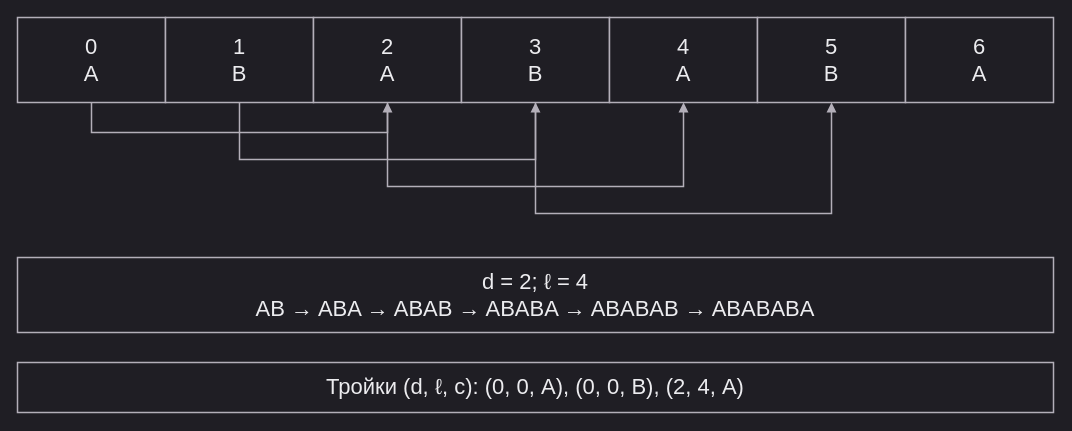
This is page "lz77" (2 of 13) of docs/diagrams.drawio from SM1LEK/clarslib, a draw.io file, before an edit. Source tidied: cells renumbered, new cells numbered last; positions are measured from the earlier drawing's top-left corner, leaving out a move shared by most shapes. Both pictures are drawn from the tidied source at 100%, with x=0, y=0 at pixel (17, 17).
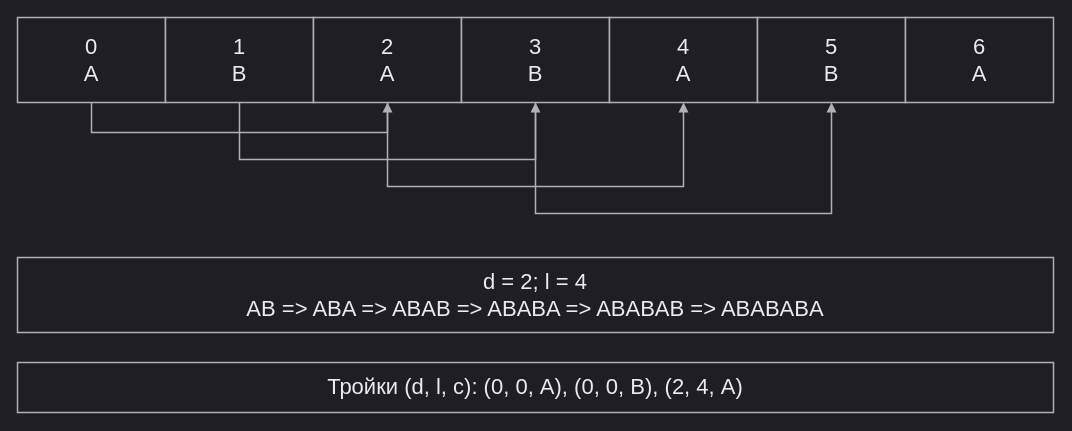
The same diagram, later.

Change to the diagram source:
```diff
@@
-    <mxCell id="9" value="d = 2; ℓ = 4&#10;AB → ABA → ABAB → ABABA → ABABAB → ABABABA" style="whiteSpace=wrap;html=0;fillColor=#1f1e24;strokeColor=#b3afb9;fontColor=#ececef;fontFamily=Arial;fontSize=22;align=center;verticalAlign=middle;strokeWidth=1.5;spacing=10;" parent="1" vertex="1">
+    <mxCell id="9" value="d = 2; l = 4&#10;AB =&gt; ABA =&gt; ABAB =&gt; ABABA =&gt; ABABAB =&gt; ABABABA" style="whiteSpace=wrap;html=0;fillColor=#1f1e24;strokeColor=#b3afb9;fontColor=#ececef;fontFamily=Arial;fontSize=22;align=center;verticalAlign=middle;strokeWidth=1.5;spacing=10;" parent="1" vertex="1">
       <mxGeometry y="240" width="1036" height="75" as="geometry" />
     </mxCell>
-    <mxCell id="10" value="Тройки (d, ℓ, c): (0, 0, A), (0, 0, B), (2, 4, A)" style="whiteSpace=wrap;html=0;fillColor=#1f1e24;strokeColor=#b3afb9;fontColor=#ececef;fontFamily=Arial;fontSize=22;align=center;verticalAlign=middle;strokeWidth=1.5;spacing=10;" parent="1" vertex="1">
+    <mxCell id="10" value="Тройки (d, l, c): (0, 0, A), (0, 0, B), (2, 4, A)" style="whiteSpace=wrap;html=0;fillColor=#1f1e24;strokeColor=#b3afb9;fontColor=#ececef;fontFamily=Arial;fontSize=22;align=center;verticalAlign=middle;strokeWidth=1.5;spacing=10;" parent="1" vertex="1">
       <mxGeometry y="345" width="1036" height="50" as="geometry" />
     </mxCell>
```
